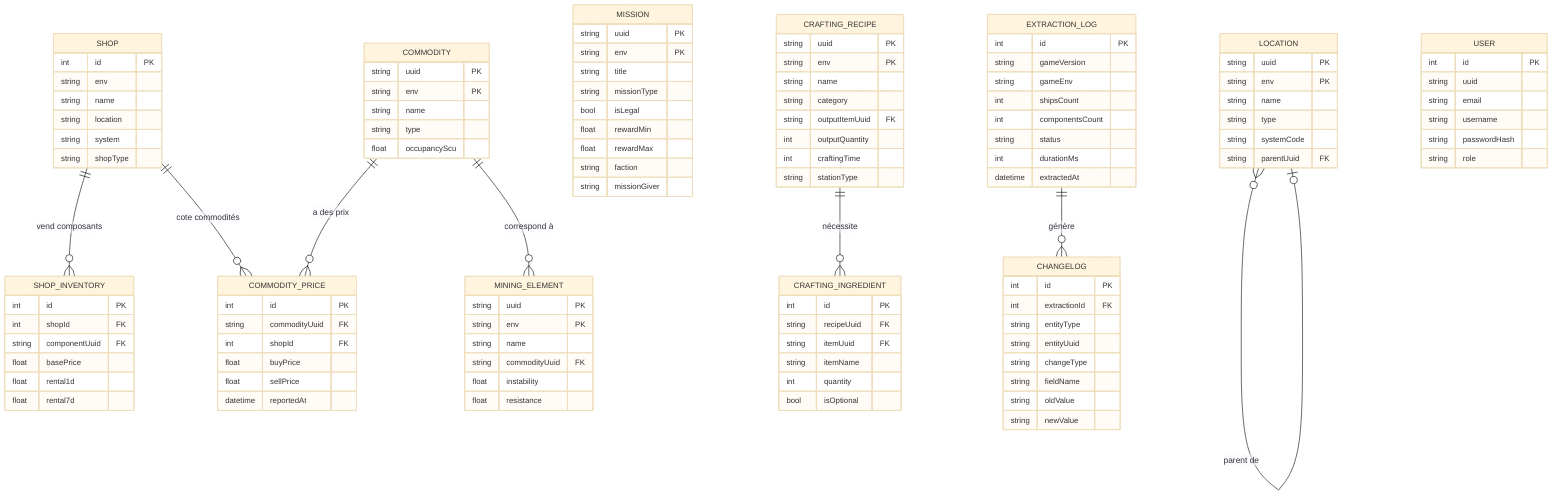
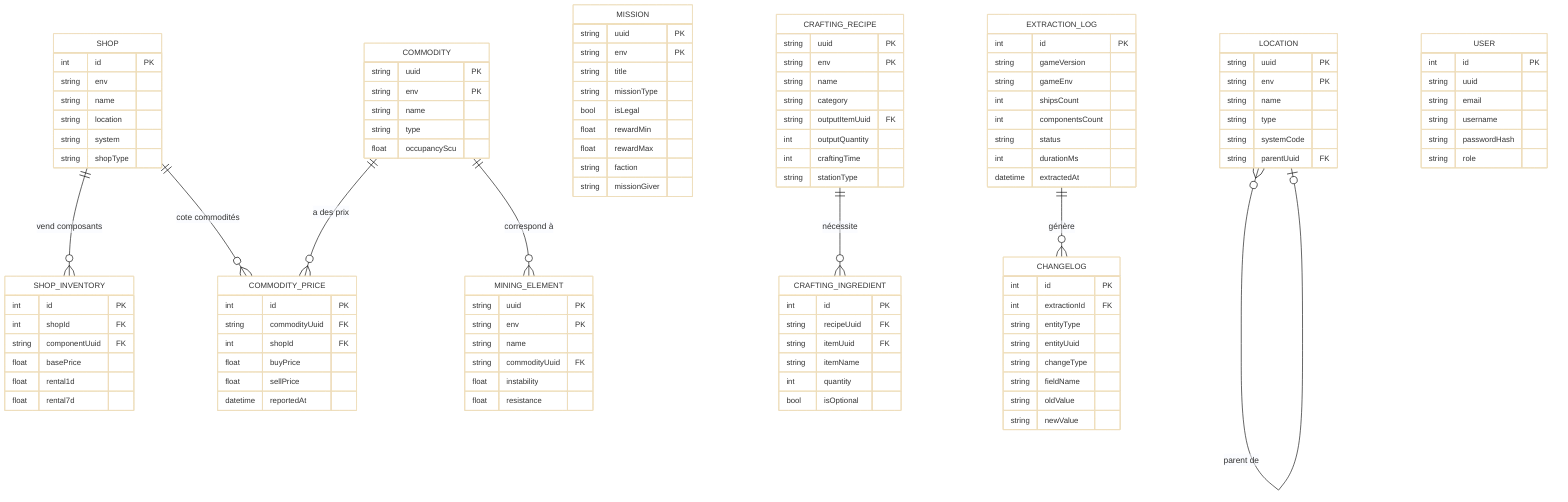
- %%{init: {'theme': 'base', 'themeVariables': {'fontSize': '13px', 'fontFamily': 'Arial'}, 'er': {'diagramPadding': 20, 'entityPadding': 10, 'useMaxWidth': true}}}%%
+ %%{init: {'theme': 'base', 'themeVariables': {'background': '#ffffff', 'mainBkg': '#ffffff', 'fontSize': '13px', 'fontFamily': 'Arial'}, 'er': {'diagramPadding': 20, 'entityPadding': 10, 'useMaxWidth': true}}}%%
erDiagram
    COMMODITY {
        string uuid PK
        string env PK
        string name
        string type
        float occupancyScu
    }

    SHOP {
        int id PK
        string env
        string name
        string location
        string system
        string shopType
    }

    SHOP_INVENTORY {
        int id PK
        int shopId FK
        string componentUuid FK
        float basePrice
        float rental1d
        float rental7d
    }

    COMMODITY_PRICE {
        int id PK
        string commodityUuid FK
        int shopId FK
        float buyPrice
        float sellPrice
        datetime reportedAt
    }

    MISSION {
        string uuid PK
        string env PK
        string title
        string missionType
        bool isLegal
        float rewardMin
        float rewardMax
        string faction
        string missionGiver
    }

    CRAFTING_RECIPE {
        string uuid PK
        string env PK
        string name
        string category
        string outputItemUuid FK
        int outputQuantity
        int craftingTime
        string stationType
    }

    CRAFTING_INGREDIENT {
        int id PK
        string recipeUuid FK
        string itemUuid FK
        string itemName
        int quantity
        bool isOptional
    }

    MINING_ELEMENT {
        string uuid PK
        string env PK
        string name
        string commodityUuid FK
        float instability
        float resistance
    }

    LOCATION {
        string uuid PK
        string env PK
        string name
        string type
        string systemCode
        string parentUuid FK
    }

    EXTRACTION_LOG {
        int id PK
        string gameVersion
        string gameEnv
        int shipsCount
        int componentsCount
        string status
        int durationMs
        datetime extractedAt
    }

    CHANGELOG {
        int id PK
        int extractionId FK
        string entityType
        string entityUuid
        string changeType
        string fieldName
        string oldValue
        string newValue
    }

    USER {
        int id PK
        string uuid
        string email
        string username
        string passwordHash
        string role
    }

    SHOP ||--o{ SHOP_INVENTORY : "vend composants"
    SHOP ||--o{ COMMODITY_PRICE : "cote commodités"
    COMMODITY ||--o{ COMMODITY_PRICE : "a des prix"
    COMMODITY ||--o{ MINING_ELEMENT : "correspond à"
    CRAFTING_RECIPE ||--o{ CRAFTING_INGREDIENT : "nécessite"
    EXTRACTION_LOG ||--o{ CHANGELOG : "génère"
    LOCATION }o--o| LOCATION : "parent de"
